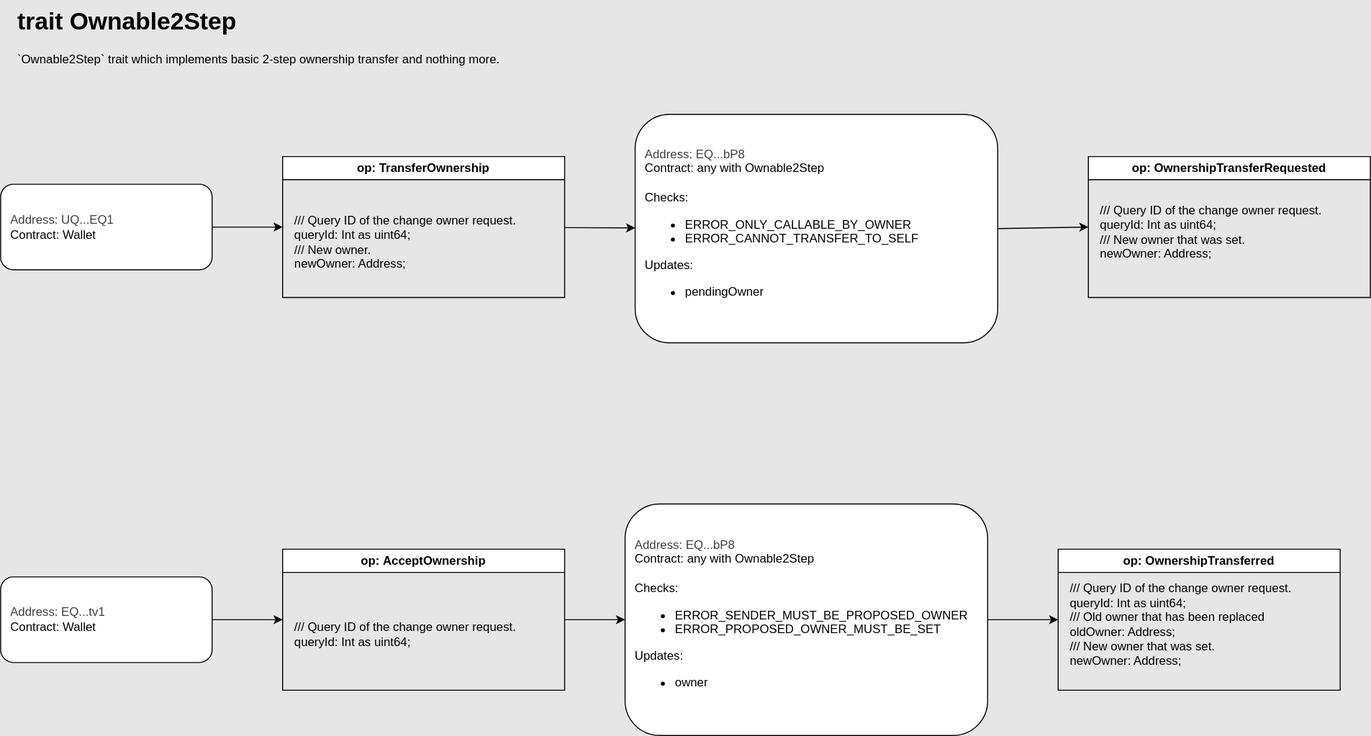
Before: docs/contracts/overview/libraries/ownable_2step.drawio.svg, a diagram exported from draw.io (smartcontractkit/chainlink-ton). Source tidied: cells renumbered, new cells last; positions are measured from the earlier drawing's top-left corner, leaving out a move shared by most shapes.
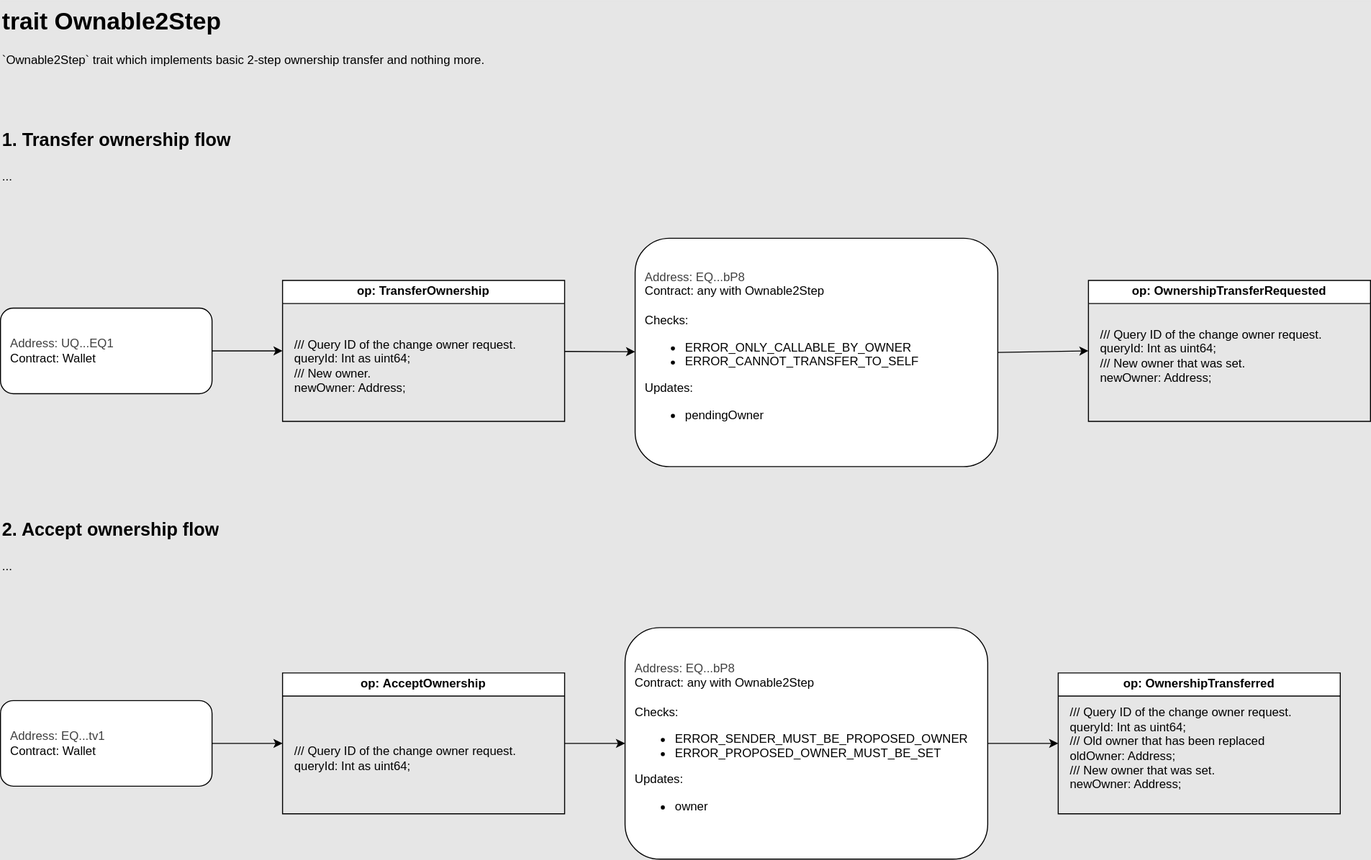
Above is the later version.

Commit message:
Polish diagrams

What changed in the source:
```diff
@@ -57,7 +57,13 @@
       <mxGeometry y="572.5" width="210" height="85" as="geometry" />
     </mxCell>
     <mxCell id="20" value="&lt;h1 style=&quot;margin-top: 0px;&quot;&gt;trait Ownable2Step&lt;/h1&gt;&lt;p&gt;`Ownable2Step` trait which implements basic 2-step ownership transfer and nothing more.&lt;/p&gt;" style="text;html=1;whiteSpace=wrap;overflow=hidden;rounded=0;" parent="1" vertex="1">
-      <mxGeometry x="15" width="515" height="80" as="geometry" />
+      <mxGeometry y="-122.9" width="515" height="80" as="geometry" />
     </mxCell>
+    <mxCell id="21" value="&lt;h1 style=&quot;margin-top: 0px;&quot;&gt;&lt;font style=&quot;font-size: 18px;&quot;&gt;1. Transfer ownership flow&lt;/font&gt;&lt;/h1&gt;&lt;p&gt;...&lt;/p&gt;" style="text;html=1;whiteSpace=wrap;overflow=hidden;rounded=0;" parent="1" vertex="1">
+      <mxGeometry y="-6.9" width="515" height="120" as="geometry" />
+    </mxCell>
+    <mxCell id="22" value="&lt;h1 style=&quot;margin-top: 0px;&quot;&gt;&lt;font style=&quot;font-size: 18px;&quot;&gt;2. Accept ownership flow&lt;/font&gt;&lt;/h1&gt;&lt;p&gt;...&lt;/p&gt;" style="text;html=1;whiteSpace=wrap;overflow=hidden;rounded=0;" parent="1" vertex="1">
+      <mxGeometry y="380" width="515" height="120" as="geometry" />
+    </mxCell>
   </root>
 </mxGraphModel>
```
